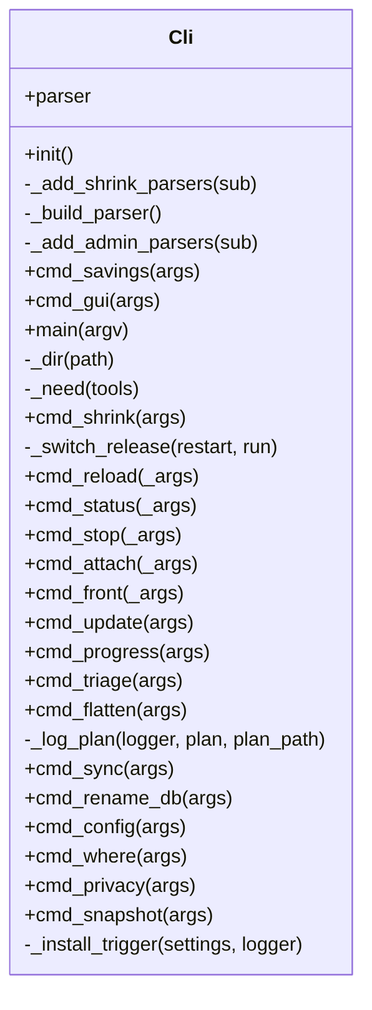
Above: docs/img/uml_cli.png in peddanet/mediatools (Mermaid), before the change. Its source is kept beside it as docs/img/uml_cli.mmd.
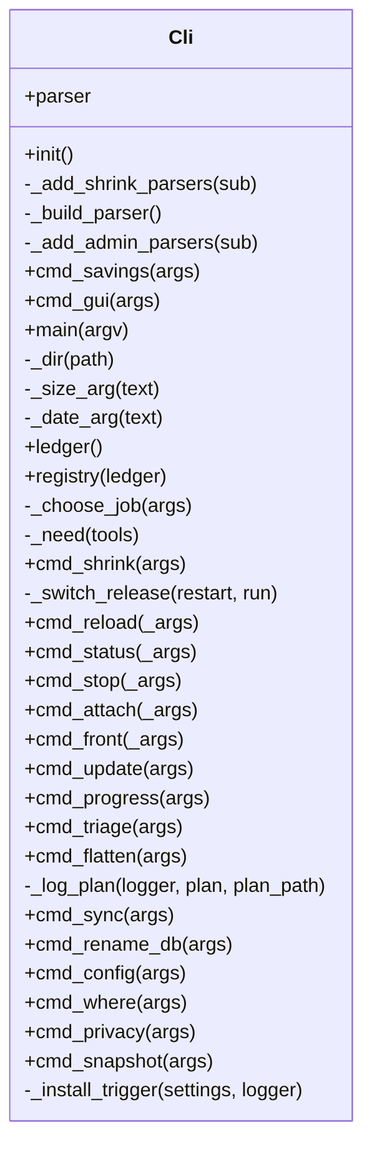
Above is the later version.

Diff of the diagram source:
```diff
@@ -10,6 +10,11 @@
     +cmd_gui(args)
     +main(argv)
     -_dir(path)
+    -_size_arg(text)
+    -_date_arg(text)
+    +ledger()
+    +registry(ledger)
+    -_choose_job(args)
     -_need(tools)
     +cmd_shrink(args)
     -_switch_release(restart, run)
```
